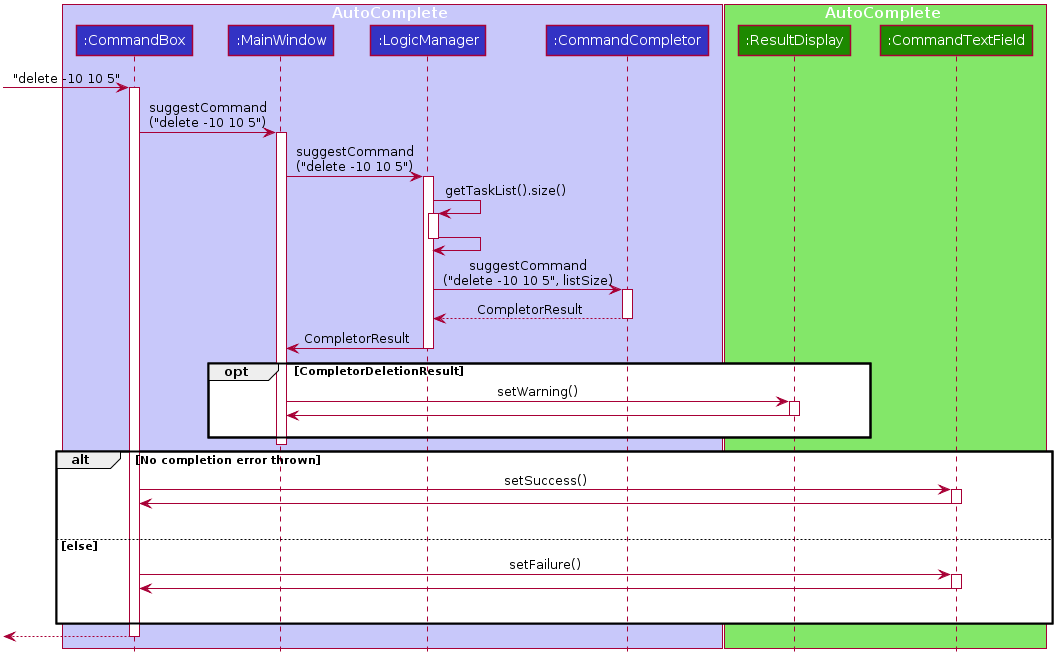
Earlier version of the PlantUML export docs/images/ACSequenceDiagram.png (nus-cs2103-AY1920S2/addressbook-level3).
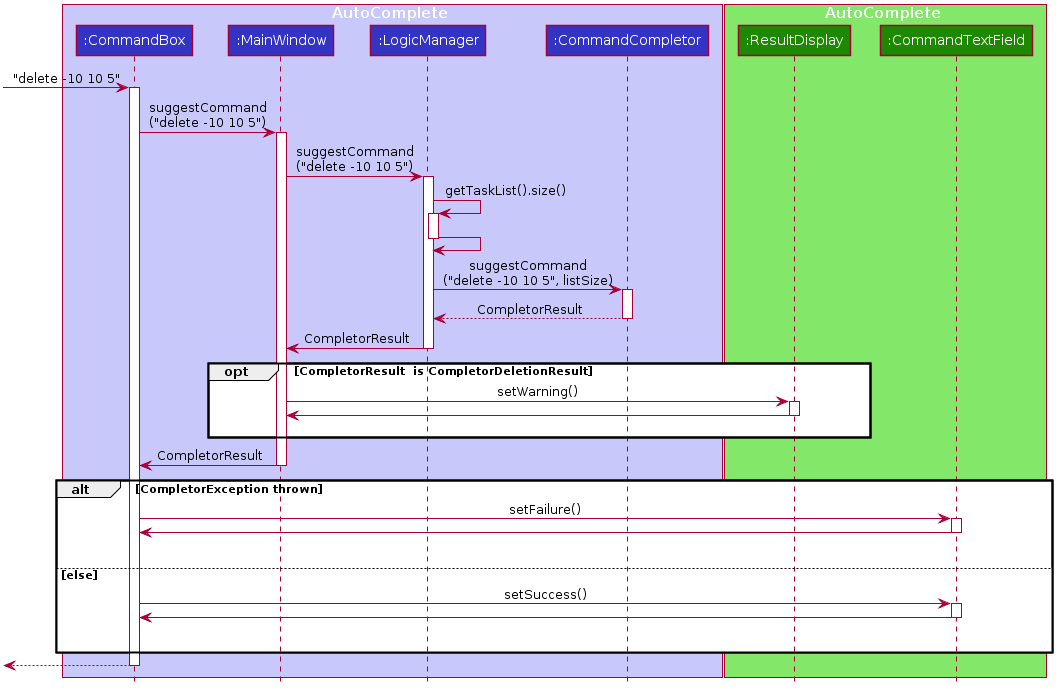
The same diagram one commit later.

The edit, as a diff of the source:
```diff
@@ -84,24 +84,24 @@
 LogicManager -> MainWindow: CompletorResult
 deactivate LogicManager
 
-opt CompletorDeletionResult
+opt CompletorResult  is CompletorDeletionResult
     MainWindow -> ResultDisplay: setWarning()
     activate ResultDisplay
     ResultDisplay -> MainWindow
     deactivate ResultDisplay
     MainWindow -[hidden]->ResultDisplay
 end
-
+MainWindow -> CommandBox: CompletorResult
 deactivate MainWindow
 
-alt No completion error thrown
-    CommandBox -> CommandTextField: setSuccess()
+alt CompletorException thrown
+    CommandBox -> CommandTextField: setFailure()
     activate CommandTextField
     CommandTextField -> CommandBox
     deactivate CommandTextField
     CommandBox -[hidden]->CommandBox
 else else
-    CommandBox -> CommandTextField: setFailure()
+    CommandBox -> CommandTextField: setSuccess()
     activate CommandTextField
     CommandTextField -> CommandBox
     deactivate CommandTextField
```
